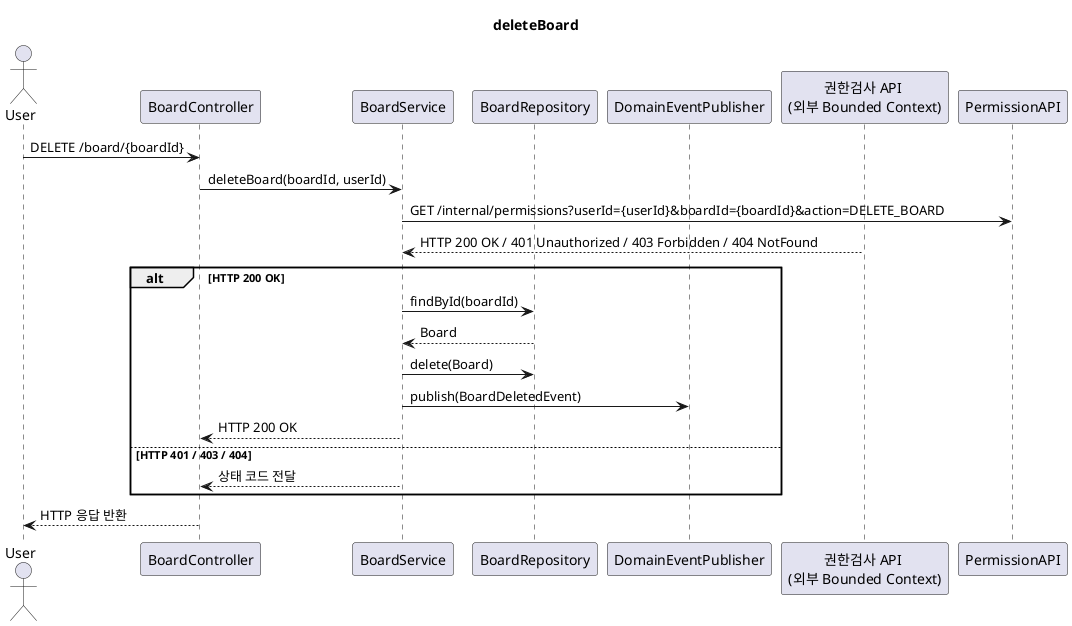
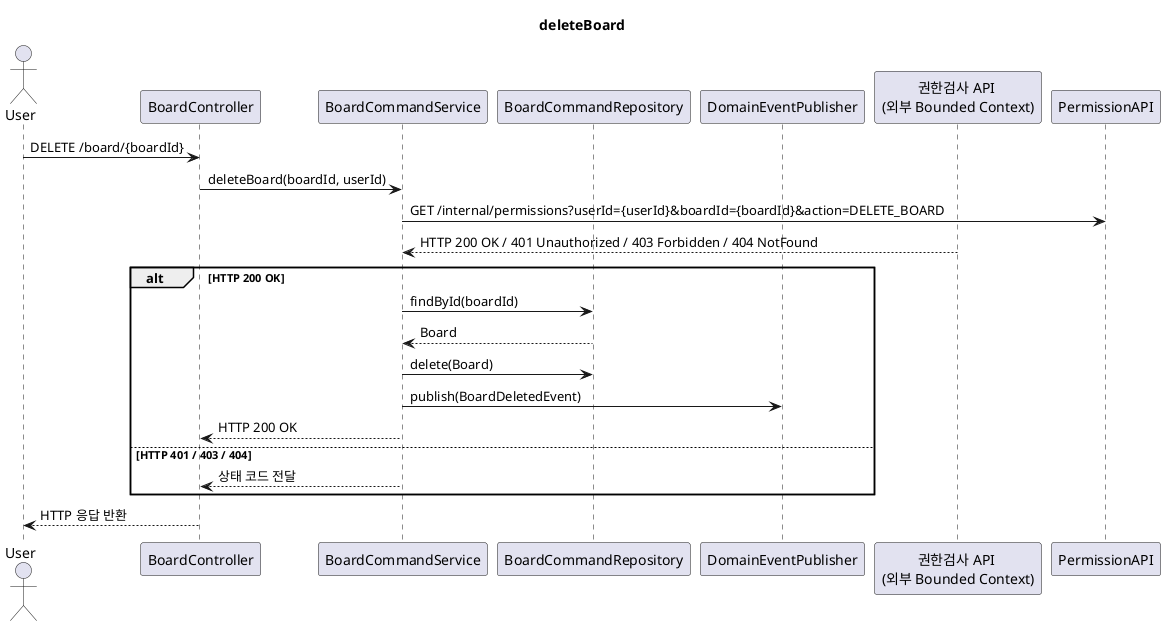
@startuml
title deleteBoard

actor User
participant BoardController
- participant BoardService
- participant BoardRepository
+ participant BoardCommandService
+ participant BoardCommandRepository
participant DomainEventPublisher

participant PermissionContextAPI as "권한검사 API \n(외부 Bounded Context)"

User -> BoardController : DELETE /board/{boardId}
- BoardController -> BoardService : deleteBoard(boardId, userId)
+ BoardController -> BoardCommandService : deleteBoard(boardId, userId)

- BoardService -> PermissionAPI : GET /internal/permissions?userId={userId}&boardId={boardId}&action=DELETE_BOARD
- PermissionContextAPI --> BoardService : HTTP 200 OK / 401 Unauthorized / 403 Forbidden / 404 NotFound
+ BoardCommandService -> PermissionAPI : GET /internal/permissions?userId={userId}&boardId={boardId}&action=DELETE_BOARD
+ PermissionContextAPI --> BoardCommandService : HTTP 200 OK / 401 Unauthorized / 403 Forbidden / 404 NotFound

alt HTTP 200 OK
-     BoardService -> BoardRepository : findById(boardId)
-     BoardRepository --> BoardService : Board
+     BoardCommandService -> BoardCommandRepository : findById(boardId)
+     BoardCommandRepository --> BoardCommandService : Board

-     BoardService -> BoardRepository : delete(Board)
-     BoardService -> DomainEventPublisher : publish(BoardDeletedEvent)
+     BoardCommandService -> BoardCommandRepository : delete(Board)
+     BoardCommandService -> DomainEventPublisher : publish(BoardDeletedEvent)

-     BoardService --> BoardController : HTTP 200 OK
+     BoardCommandService --> BoardController : HTTP 200 OK
else HTTP 401 / 403 / 404
-     BoardService --> BoardController : 상태 코드 전달
+     BoardCommandService --> BoardController : 상태 코드 전달
end

BoardController --> User : HTTP 응답 반환
@enduml